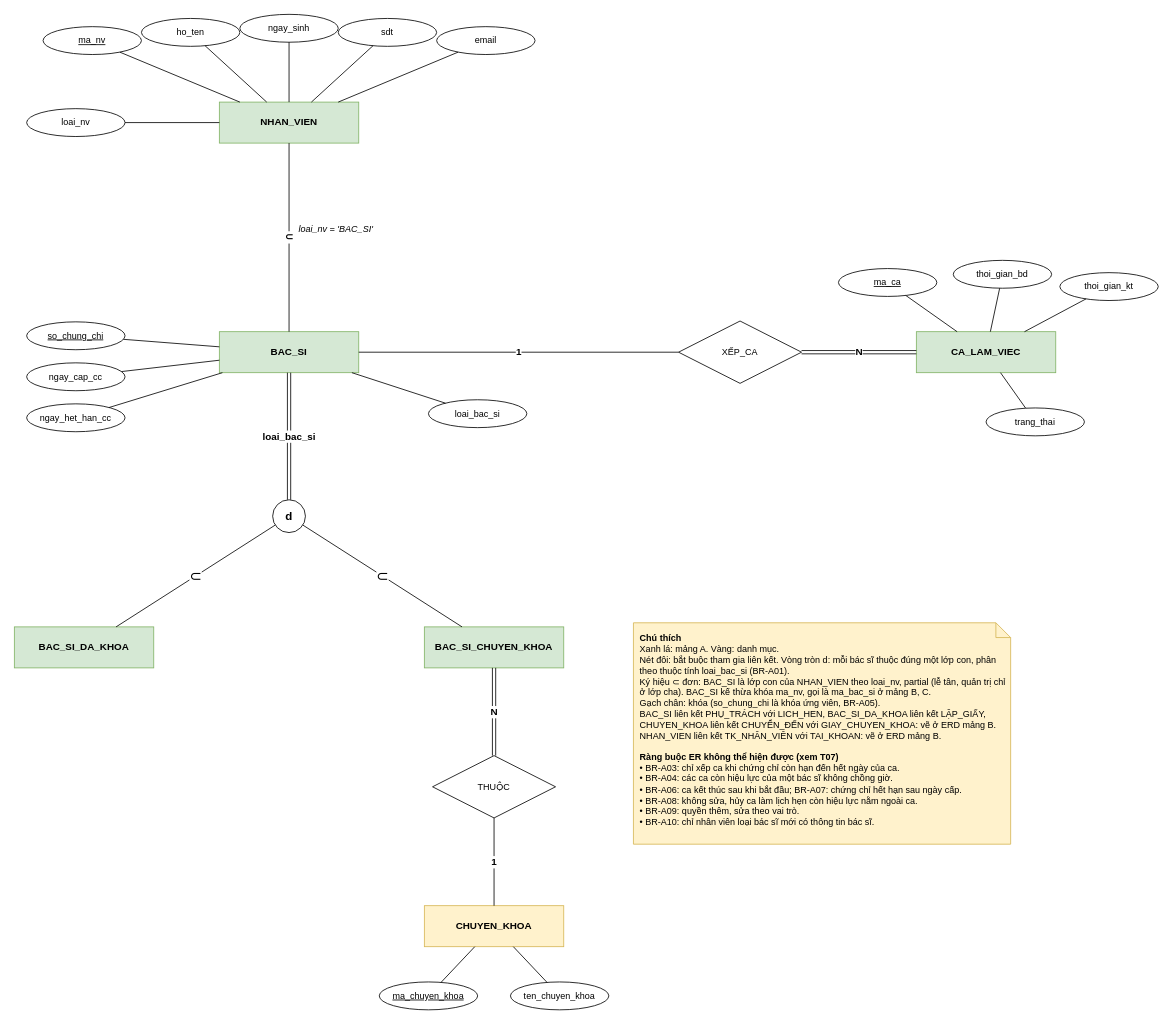
Before: docs/3_erd/A.drawio in khoiln218/telemedicine, a draw.io diagram. Source tidied: cells renumbered, new cells numbered last; positions are measured from the earlier drawing's top-left corner, leaving out a move shared by most shapes. Both pictures are drawn from the tidied source at 82%, with x=0, y=0 at pixel (14, 14).
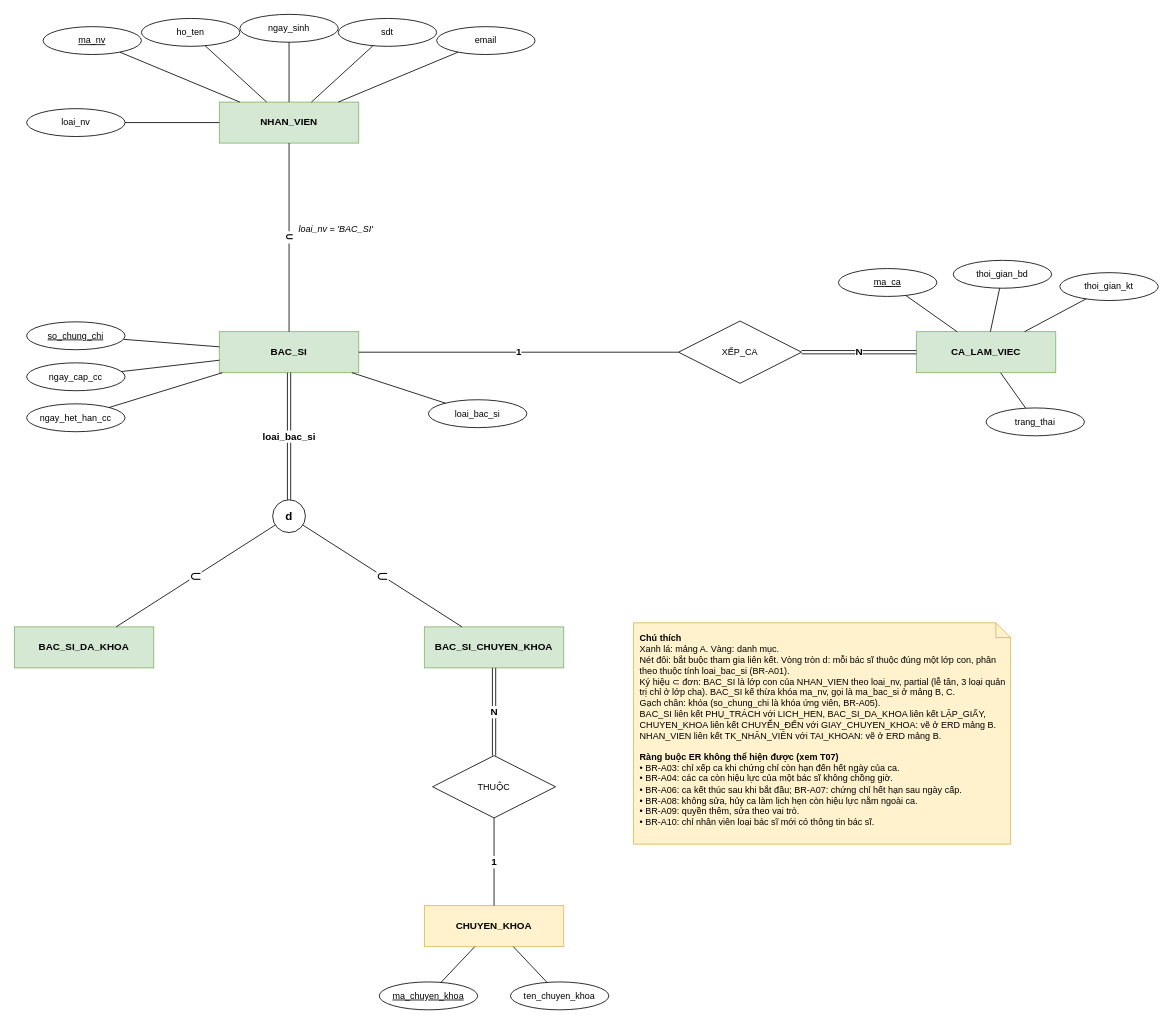
The same diagram, later.

Commit message (it also covers changes not shown here):
Tách quản trị theo 3 mảng: quản trị nhân sự (A), tài khoản (B), danh mục (C); cập nhật BR-A09, A10, B10, C06, khảo sát, truy vết, ERD A, báo cáo (bảng tác nhân, RBAC)

The edit, as a diff of the source:
```diff
@@
-    <mxCell id="25" value="&lt;b&gt;Chú thích&lt;/b&gt;&lt;br&gt;Xanh lá: mảng A. Vàng: danh mục.&lt;br&gt;Nét đôi: bắt buộc tham gia liên kết. Vòng tròn d: mỗi bác sĩ thuộc đúng một lớp con, phân theo thuộc tính loai_bac_si (BR-A01).&lt;br&gt;Ký hiệu ⊂ đơn: BAC_SI là lớp con của NHAN_VIEN theo loai_nv, partial (lễ tân, quản trị chỉ ở lớp cha). BAC_SI kế thừa khóa ma_nv, gọi là ma_bac_si ở mảng B, C.&lt;br&gt;Gạch chân: khóa (so_chung_chi là khóa ứng viên, BR-A05).&lt;br&gt;BAC_SI liên kết PHỤ_TRÁCH với LICH_HEN, BAC_SI_DA_KHOA liên kết LẬP_GIẤY, CHUYEN_KHOA liên kết CHUYỂN_ĐẾN với GIAY_CHUYEN_KHOA: vẽ ở ERD mảng B. NHAN_VIEN liên kết TK_NHÂN_VIÊN với TAI_KHOAN: vẽ ở ERD mảng B.&lt;br&gt;&lt;br&gt;&lt;b&gt;Ràng buộc ER không thể hiện được (xem T07)&lt;/b&gt;&lt;br&gt;• BR-A03: chỉ xếp ca khi chứng chỉ còn hạn đến hết ngày của ca.&lt;br&gt;• BR-A04: các ca còn hiệu lực của một bác sĩ không chồng giờ.&lt;br&gt;• BR-A06: ca kết thúc sau khi bắt đầu; BR-A07: chứng chỉ hết hạn sau ngày cấp.&lt;br&gt;• BR-A08: không sửa, hủy ca làm lịch hẹn còn hiệu lực nằm ngoài ca.&lt;br&gt;• BR-A09: quyền thêm, sửa theo vai trò.&lt;br&gt;• BR-A10: chỉ nhân viên loại bác sĩ mới có thông tin bác sĩ." style="shape=note;whiteSpace=wrap;html=1;size=18;align=left;verticalAlign=top;spacing=8;fontSize=11;fillColor=#fff2cc;strokeColor=#d6b656;" parent="1" vertex="1">
+    <mxCell id="25" value="&lt;b&gt;Chú thích&lt;/b&gt;&lt;br&gt;Xanh lá: mảng A. Vàng: danh mục.&lt;br&gt;Nét đôi: bắt buộc tham gia liên kết. Vòng tròn d: mỗi bác sĩ thuộc đúng một lớp con, phân theo thuộc tính loai_bac_si (BR-A01).&lt;br&gt;Ký hiệu ⊂ đơn: BAC_SI là lớp con của NHAN_VIEN theo loai_nv, partial (lễ tân, 3 loại quản trị chỉ ở lớp cha). BAC_SI kế thừa khóa ma_nv, gọi là ma_bac_si ở mảng B, C.&lt;br&gt;Gạch chân: khóa (so_chung_chi là khóa ứng viên, BR-A05).&lt;br&gt;BAC_SI liên kết PHỤ_TRÁCH với LICH_HEN, BAC_SI_DA_KHOA liên kết LẬP_GIẤY, CHUYEN_KHOA liên kết CHUYỂN_ĐẾN với GIAY_CHUYEN_KHOA: vẽ ở ERD mảng B. NHAN_VIEN liên kết TK_NHÂN_VIÊN với TAI_KHOAN: vẽ ở ERD mảng B.&lt;br&gt;&lt;br&gt;&lt;b&gt;Ràng buộc ER không thể hiện được (xem T07)&lt;/b&gt;&lt;br&gt;• BR-A03: chỉ xếp ca khi chứng chỉ còn hạn đến hết ngày của ca.&lt;br&gt;• BR-A04: các ca còn hiệu lực của một bác sĩ không chồng giờ.&lt;br&gt;• BR-A06: ca kết thúc sau khi bắt đầu; BR-A07: chứng chỉ hết hạn sau ngày cấp.&lt;br&gt;• BR-A08: không sửa, hủy ca làm lịch hẹn còn hiệu lực nằm ngoài ca.&lt;br&gt;• BR-A09: quyền thêm, sửa theo vai trò.&lt;br&gt;• BR-A10: chỉ nhân viên loại bác sĩ mới có thông tin bác sĩ." style="shape=note;whiteSpace=wrap;html=1;size=18;align=left;verticalAlign=top;spacing=8;fontSize=11;fillColor=#fff2cc;strokeColor=#d6b656;" parent="1" vertex="1">
       <mxGeometry x="755" y="742" width="460" height="270" as="geometry" />
     </mxCell>
```
